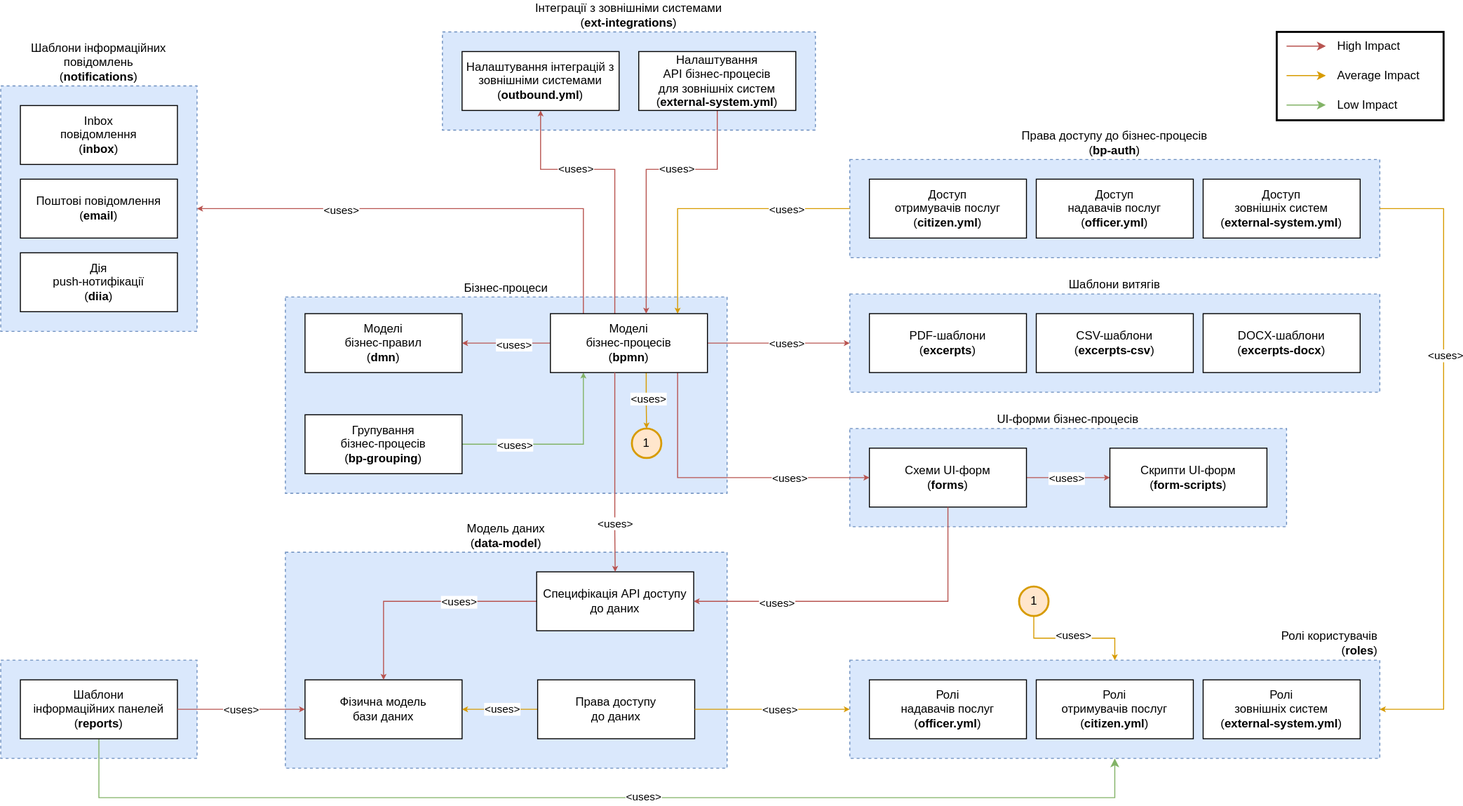
This is docs/ua/modules/arch/images/architecture/registry/administrative/regulation-management/registry-regulation/regulation-dependencies.svg from epam/edp-ddm-architecture, a draw.io export, as it was before one commit. Source tidied: cells renumbered, new cells last; positions are measured from the earlier drawing's top-left corner, leaving out a move shared by most shapes.
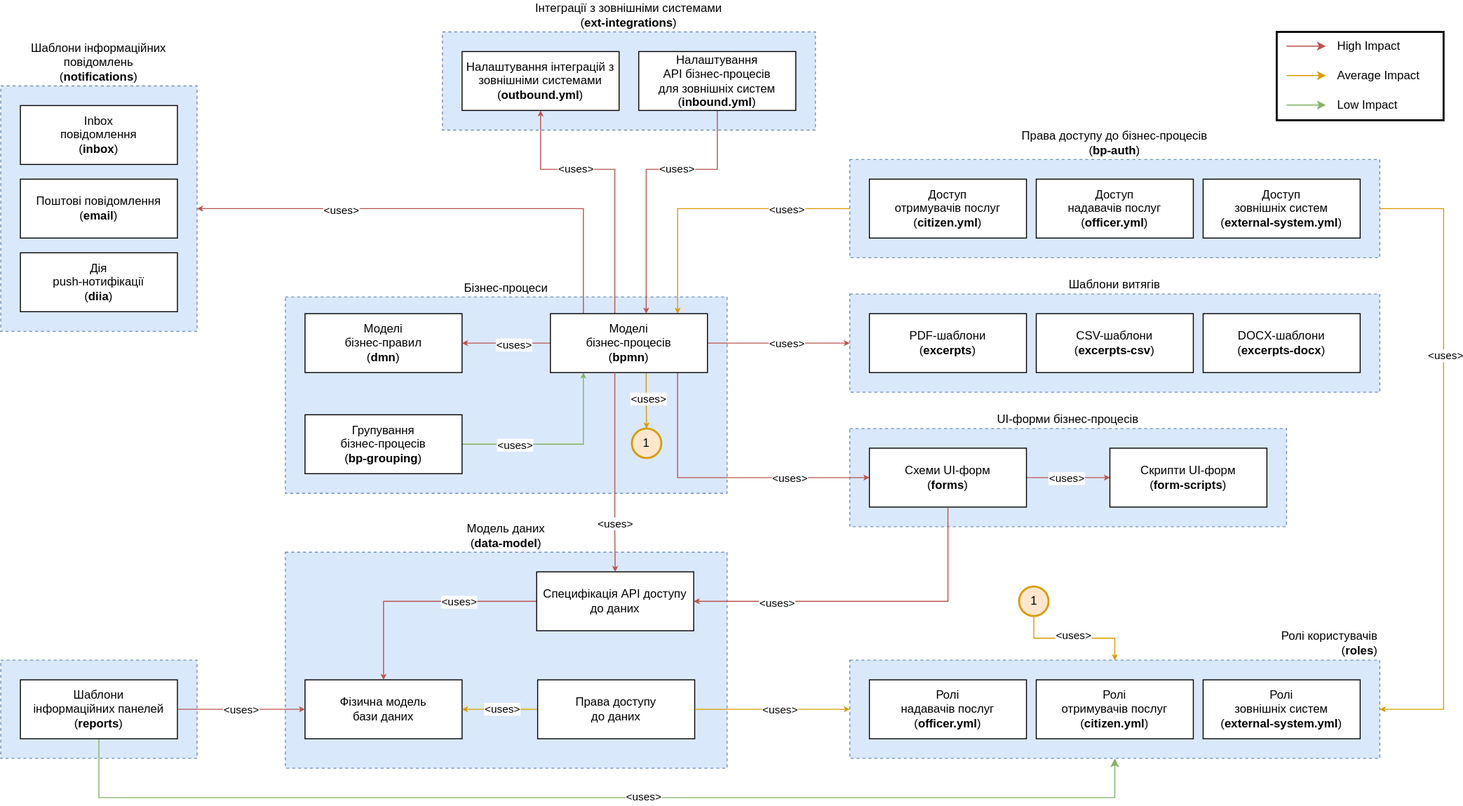
Later version of the same file.

Change to the diagram source:
```diff
@@ -164,7 +164,7 @@
     <mxCell id="46" value="&amp;lt;uses&amp;gt;" style="edgeLabel;html=1;align=center;verticalAlign=middle;" parent="45" vertex="1">
       <mxGeometry x="-0.27" y="-1" relative="1" as="geometry" />
     </mxCell>
-    <mxCell id="47" value="Налаштування &lt;br&gt;API бізнес-процесів&lt;br&gt;для зовнішніх систем&lt;br&gt;(&lt;b&gt;external-system.yml&lt;/b&gt;)" style="rounded=0;whiteSpace=wrap;html=1;" parent="1" vertex="1">
+    <mxCell id="47" value="Налаштування &lt;br&gt;API бізнес-процесів&lt;br&gt;для зовнішніх систем&lt;br&gt;(&lt;b&gt;inbound.yml&lt;/b&gt;)" style="rounded=0;whiteSpace=wrap;html=1;" parent="1" vertex="1">
       <mxGeometry x="650" y="20" width="160" height="60" as="geometry" />
     </mxCell>
     <mxCell id="48" style="edgeStyle=orthogonalEdgeStyle;rounded=0;jettySize=auto;html=1;entryX=0.5;entryY=1;entryDx=0;entryDy=0;exitX=0.5;exitY=1;exitDx=0;exitDy=0;fillColor=#d5e8d4;strokeColor=#82b366;" parent="1" edge="1" source="50" target="8">
```
